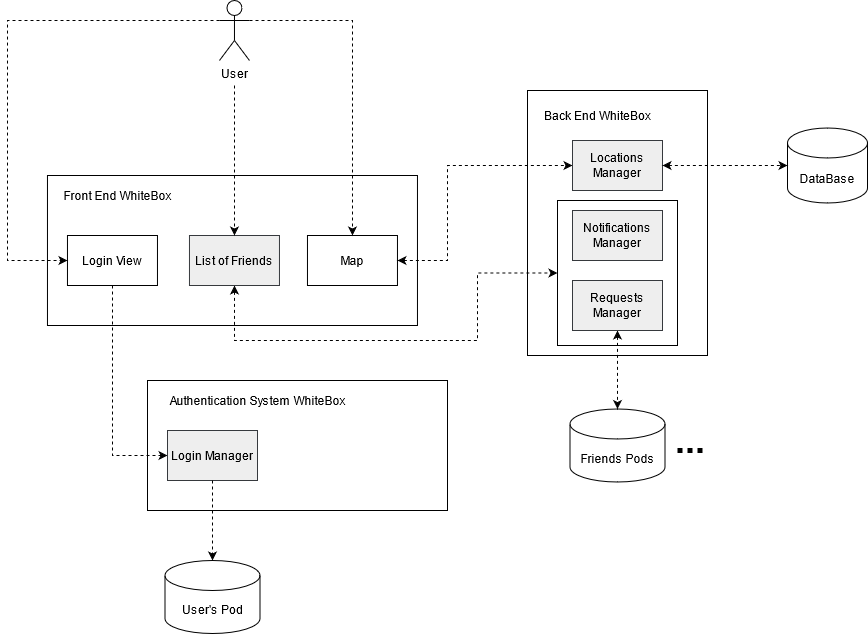
Before: webapp/docs/images/05_diagrama_level3.png, a diagram exported from draw.io (Arquisoft/radarin_es1a). Source tidied: cells renumbered, new cells last; positions are measured from the earlier drawing's top-left corner, leaving out a move shared by most shapes.
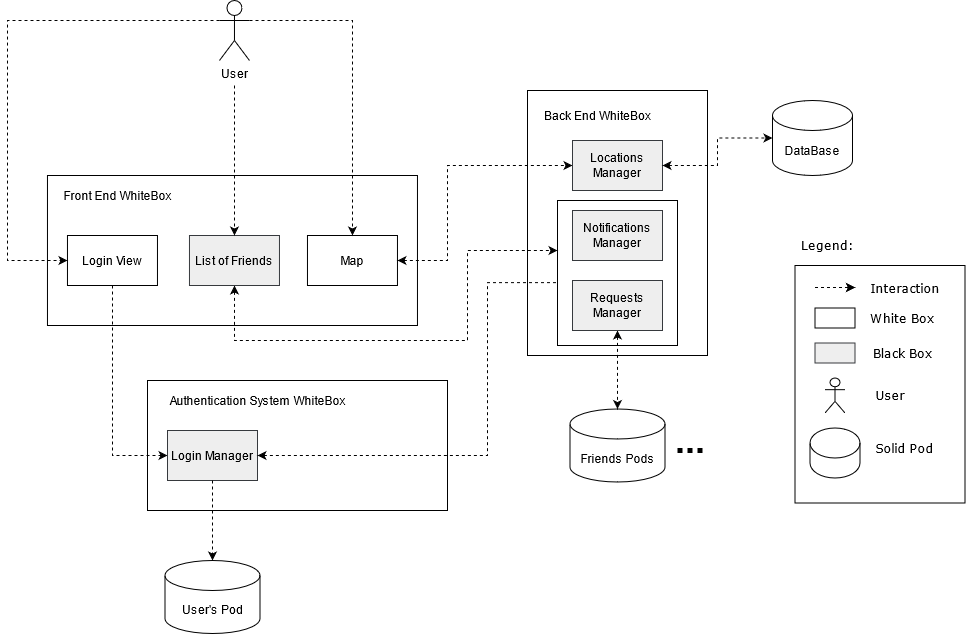
After the commit.

Commit message:
Añadido diagrama general al punto 5 + correccion

The edit, as a diff of the source:
```diff
@@ -18,12 +18,12 @@
     <mxCell id="5" value="Login View" style="rounded=0;whiteSpace=wrap;html=1;fillColor=none;gradientColor=none;" parent="1" vertex="1">
       <mxGeometry x="60" y="235" width="90" height="50" as="geometry" />
     </mxCell>
-    <mxCell id="6" style="edgeStyle=orthogonalEdgeStyle;rounded=0;jettySize=auto;html=1;dashed=1;entryX=0;entryY=0.5;entryDx=0;entryDy=0;startArrow=classic;startFill=1;" parent="1" edge="1" source="7" target="23">
+    <mxCell id="6" style="edgeStyle=orthogonalEdgeStyle;rounded=0;jettySize=auto;html=1;dashed=1;startArrow=classic;startFill=1;" parent="1" edge="1" source="7" target="23">
       <mxGeometry relative="1" as="geometry">
         <Array as="points">
           <mxPoint x="227" y="340" />
-          <mxPoint x="470" y="340" />
-          <mxPoint x="470" y="272" />
+          <mxPoint x="460" y="340" />
+          <mxPoint x="460" y="250" />
         </Array>
       </mxGeometry>
     </mxCell>
@@ -87,12 +87,12 @@
     <mxCell id="22" style="group;" parent="1" vertex="1">
       <mxGeometry x="520" y="90" width="180" height="265" as="geometry" />
     </mxCell>
+    <mxCell id="24" style="rounded=0;whiteSpace=wrap;html=1;fillColor=none;" parent="22" vertex="1">
+      <mxGeometry width="180" height="265" as="geometry" />
+    </mxCell>
     <mxCell id="23" style="rounded=0;whiteSpace=wrap;html=1;fillColor=none;gradientColor=none;" parent="22" vertex="1">
       <mxGeometry x="30" y="110" width="120" height="145" as="geometry" />
     </mxCell>
-    <mxCell id="24" style="rounded=0;whiteSpace=wrap;html=1;fillColor=none;" parent="22" vertex="1">
-      <mxGeometry width="180" height="265" as="geometry" />
-    </mxCell>
     <mxCell id="25" value="Back End WhiteBox" style="text;html=1;strokeColor=none;fillColor=none;align=center;verticalAlign=middle;whiteSpace=wrap;rounded=0;" parent="22" vertex="1">
       <mxGeometry x="10" y="15" width="120" height="20" as="geometry" />
     </mxCell>
@@ -115,7 +115,60 @@
       </mxGeometry>
     </mxCell>
     <mxCell id="31" value="DataBase" style="shape=cylinder3;whiteSpace=wrap;html=1;boundedLbl=1;backgroundOutline=1;size=15;fillColor=none;gradientColor=none;" parent="1" vertex="1">
-      <mxGeometry x="780" y="127.5" width="80" height="75" as="geometry" />
+      <mxGeometry x="765" y="100" width="80" height="75" as="geometry" />
     </mxCell>
+    <mxCell id="32" style="edgeStyle=orthogonalEdgeStyle;rounded=0;jettySize=auto;html=1;startArrow=classic;startFill=1;entryX=-0.008;entryY=0.566;entryDx=0;entryDy=0;entryPerimeter=0;dashed=1;endArrow=none;endFill=0;" parent="1" edge="1" source="17" target="23">
+      <mxGeometry relative="1" as="geometry">
+        <Array as="points">
+          <mxPoint x="480" y="455" />
+          <mxPoint x="480" y="282" />
+        </Array>
+      </mxGeometry>
+    </mxCell>
+    <mxCell id="33" style="rounded=0;whiteSpace=wrap;html=1;fillColor=none;fontFamily=Verdana;fontColor=#000000;" parent="1" vertex="1">
+      <mxGeometry x="787.5" y="265" width="170" height="237.5" as="geometry" />
+    </mxCell>
+    <mxCell id="34" style="endArrow=classic;html=1;dashed=1;fontFamily=Verdana;fontColor=#000000;" parent="1" edge="1">
+      <mxGeometry x="-2.5" y="277.5" as="geometry">
+        <mxPoint x="807.5" y="287" as="sourcePoint" />
+        <mxPoint x="847.5" y="287" as="targetPoint" />
+      </mxGeometry>
+    </mxCell>
+    <mxCell id="35" value="Interaction" style="text;html=1;strokeColor=none;fillColor=none;align=center;verticalAlign=middle;whiteSpace=wrap;rounded=0;fontFamily=Verdana;fontColor=#000000;" parent="1" vertex="1">
+      <mxGeometry x="877.5" y="277.5" width="40" height="20" as="geometry" />
+    </mxCell>
+    <mxCell id="36" style="rounded=0;whiteSpace=wrap;html=1;fillColor=none;fontFamily=Verdana;fontColor=#000000;" parent="1" vertex="1">
+      <mxGeometry x="807.5" y="307.5" width="40" height="20" as="geometry" />
+    </mxCell>
+    <mxCell id="37" value="White Box" style="text;html=1;strokeColor=none;fillColor=none;align=center;verticalAlign=middle;whiteSpace=wrap;rounded=0;fontFamily=Verdana;fontColor=#000000;" parent="1" vertex="1">
+      <mxGeometry x="860" y="307.5" width="70" height="20" as="geometry" />
+    </mxCell>
+    <mxCell id="38" value="Black Box" style="text;html=1;strokeColor=none;fillColor=none;align=center;verticalAlign=middle;whiteSpace=wrap;rounded=0;fontFamily=Verdana;fontColor=#000000;" parent="1" vertex="1">
+      <mxGeometry x="862.5" y="342.5" width="65" height="20" as="geometry" />
+    </mxCell>
+    <mxCell id="39" style="rounded=0;whiteSpace=wrap;html=1;fillColor=#eeeeee;fontFamily=Verdana;strokeColor=#36393d;" parent="1" vertex="1">
+      <mxGeometry x="807.5" y="342.5" width="40" height="20" as="geometry" />
+    </mxCell>
+    <mxCell id="40" style="shape=umlActor;verticalLabelPosition=bottom;verticalAlign=top;html=1;fillColor=none;fontFamily=Verdana;fontColor=#000000;" parent="1" vertex="1">
+      <mxGeometry x="817.5" y="377.5" width="20" height="35" as="geometry" />
+    </mxCell>
+    <mxCell id="41" value="User" style="text;html=1;strokeColor=none;fillColor=none;align=center;verticalAlign=middle;whiteSpace=wrap;rounded=0;fontFamily=Verdana;fontColor=#000000;" parent="1" vertex="1">
+      <mxGeometry x="862.5" y="385" width="40" height="20" as="geometry" />
+    </mxCell>
+    <mxCell id="42" style="shape=cylinder3;whiteSpace=wrap;html=1;boundedLbl=1;backgroundOutline=1;size=15;fillColor=none;fontFamily=Verdana;fontColor=#000000;" parent="1" vertex="1">
+      <mxGeometry x="802.5" y="427.5" width="50" height="50" as="geometry" />
+    </mxCell>
+    <mxCell id="43" value="Solid Pod" style="text;html=1;strokeColor=none;fillColor=none;align=center;verticalAlign=middle;whiteSpace=wrap;rounded=0;fontFamily=Verdana;fontColor=#000000;" parent="1" vertex="1">
+      <mxGeometry x="855" y="437.5" width="85" height="20" as="geometry" />
+    </mxCell>
+    <mxCell id="44" style="endArrow=classic;html=1;dashed=1;fontFamily=Verdana;fontColor=#000000;" parent="1" edge="1">
+      <mxGeometry x="-2.5" y="277.5" as="geometry">
+        <mxPoint x="807.5" y="287" as="sourcePoint" />
+        <mxPoint x="847.5" y="287" as="targetPoint" />
+      </mxGeometry>
+    </mxCell>
+    <mxCell id="45" value="Legend:" style="text;html=1;strokeColor=none;fillColor=none;align=center;verticalAlign=middle;whiteSpace=wrap;rounded=0;fontFamily=Verdana;fontColor=#000000;" parent="1" vertex="1">
+      <mxGeometry x="780" y="235" width="80" height="20" as="geometry" />
+    </mxCell>
   </root>
 </mxGraphModel>
```
